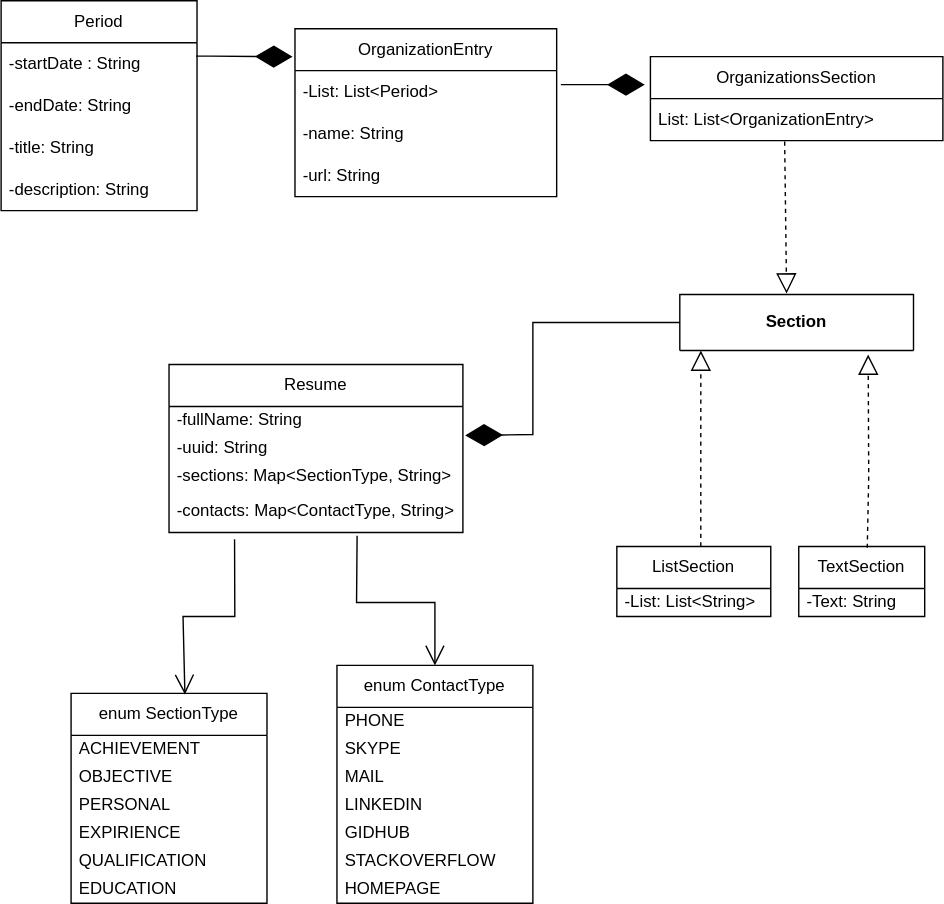
Above: src/com/urise/webapp/model/ResumeGraph.svg in Alexeev1986/basejava (draw.io), before the change. Source tidied: cells renumbered, new cells last; positions are measured from the earlier drawing's top-left corner, leaving out a move shared by most shapes.
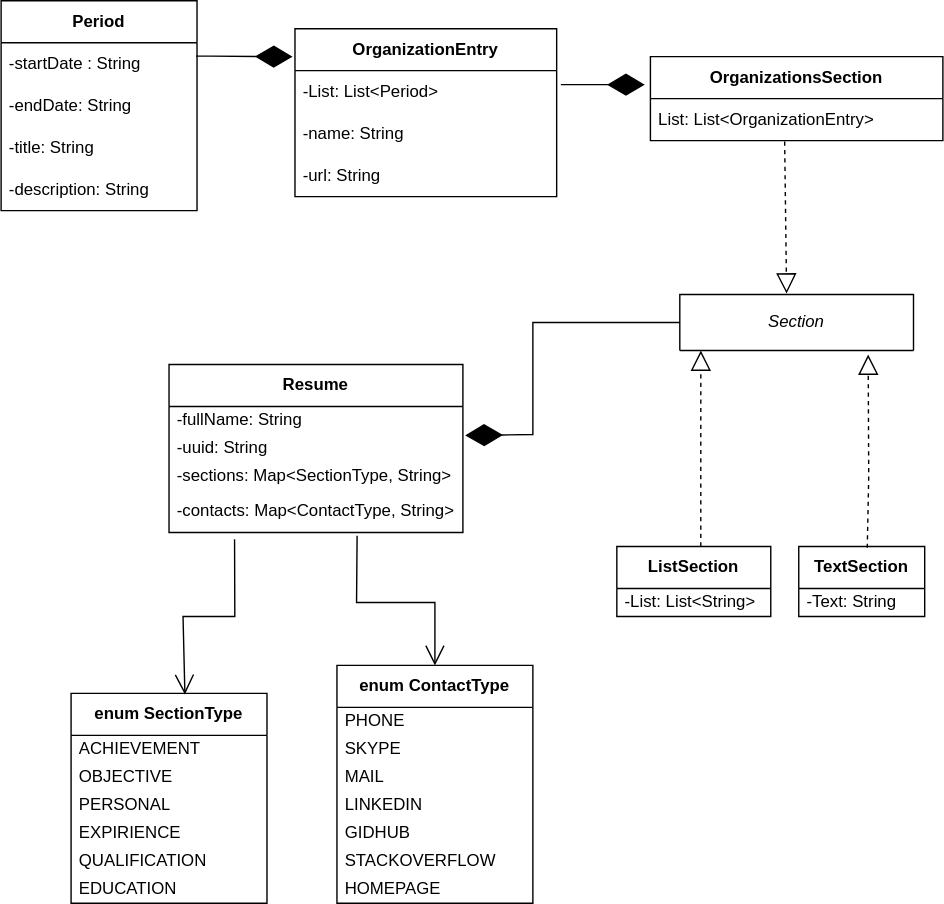
Later version of the same file.

Change to the diagram source:
```diff
@@ -2,7 +2,7 @@
   <root>
     <mxCell id="0" />
     <mxCell id="1" parent="0" />
-    <mxCell id="2" value="Resume" style="swimlane;fontStyle=0;horizontal=1;startSize=30;whiteSpace=wrap;html=1;" parent="1" vertex="1">
+    <mxCell id="2" value="&lt;b&gt;Resume&lt;/b&gt;" style="swimlane;fontStyle=0;horizontal=1;startSize=30;whiteSpace=wrap;html=1;" parent="1" vertex="1">
       <mxGeometry x="120" y="260" width="210" height="120" as="geometry" />
     </mxCell>
     <mxCell id="3" value="-fullName: String" style="text;strokeColor=none;fillColor=none;align=left;verticalAlign=middle;spacingLeft=4;spacingRight=4;overflow=hidden;whiteSpace=wrap;html=1;" parent="2" vertex="1">
@@ -17,7 +17,7 @@
     <mxCell id="6" value="-contacts: Map&amp;lt;ContactType, String&amp;gt;" style="text;strokeColor=none;fillColor=none;align=left;verticalAlign=middle;spacingLeft=4;spacingRight=4;overflow=hidden;points=[[0,0.5],[1,0.5]];portConstraint=eastwest;whiteSpace=wrap;html=1;" parent="2" vertex="1">
       <mxGeometry y="90" width="210" height="30" as="geometry" />
     </mxCell>
-    <mxCell id="7" value="enum SectionType" style="swimlane;fontStyle=0;horizontal=1;startSize=30;whiteSpace=wrap;html=1;" parent="1" vertex="1">
+    <mxCell id="7" value="&lt;b&gt;enum SectionType&lt;/b&gt;" style="swimlane;fontStyle=0;horizontal=1;startSize=30;whiteSpace=wrap;html=1;" parent="1" vertex="1">
       <mxGeometry x="50" y="495" width="140" height="150" as="geometry" />
     </mxCell>
     <mxCell id="8" value="ACHIEVEMENT" style="text;strokeColor=none;fillColor=none;align=left;verticalAlign=middle;spacingLeft=4;spacingRight=4;overflow=hidden;whiteSpace=wrap;html=1;" parent="7" vertex="1">
@@ -38,7 +38,7 @@
     <mxCell id="13" value="EDUCATION" style="text;strokeColor=none;fillColor=none;align=left;verticalAlign=middle;spacingLeft=4;spacingRight=4;overflow=hidden;whiteSpace=wrap;html=1;" parent="7" vertex="1">
       <mxGeometry y="130" width="140" height="20" as="geometry" />
     </mxCell>
-    <mxCell id="14" value="enum ContactType" style="swimlane;fontStyle=0;horizontal=1;startSize=30;whiteSpace=wrap;html=1;" parent="1" vertex="1">
+    <mxCell id="14" value="&lt;b&gt;enum ContactType&lt;/b&gt;" style="swimlane;fontStyle=0;horizontal=1;startSize=30;whiteSpace=wrap;html=1;" parent="1" vertex="1">
       <mxGeometry x="240" y="475" width="140" height="170" as="geometry" />
     </mxCell>
     <mxCell id="15" value="PHONE" style="text;strokeColor=none;fillColor=none;align=left;verticalAlign=middle;spacingLeft=4;spacingRight=4;overflow=hidden;whiteSpace=wrap;html=1;" parent="14" vertex="1">
@@ -78,7 +78,7 @@
         </Array>
       </mxGeometry>
     </mxCell>
-    <mxCell id="24" value="Section" style="swimlane;whiteSpace=wrap;html=1;startSize=40;rotation=0;" parent="1" vertex="1">
+    <mxCell id="24" value="&lt;i style=&quot;font-weight: normal;&quot;&gt;Section&lt;/i&gt;" style="swimlane;whiteSpace=wrap;html=1;startSize=40;rotation=0;" parent="1" vertex="1">
       <mxGeometry x="485" y="210" width="167" height="40" as="geometry" />
     </mxCell>
     <mxCell id="25" style="endArrow=diamondThin;endFill=1;endSize=24;html=1;rounded=0;exitX=0;exitY=0.5;exitDx=0;exitDy=0;entryX=1.008;entryY=0.033;entryDx=0;entryDy=0;entryPerimeter=0;" parent="1" edge="1" source="24" target="4">
@@ -89,13 +89,13 @@
         </Array>
       </mxGeometry>
     </mxCell>
-    <mxCell id="26" value="ListSection" style="swimlane;fontStyle=0;horizontal=1;startSize=30;whiteSpace=wrap;html=1;" parent="1" vertex="1">
+    <mxCell id="26" value="&lt;b&gt;ListSection&lt;/b&gt;" style="swimlane;fontStyle=0;horizontal=1;startSize=30;whiteSpace=wrap;html=1;" parent="1" vertex="1">
       <mxGeometry x="440" y="390" width="110" height="50" as="geometry" />
     </mxCell>
     <mxCell id="27" value="-List: List&amp;lt;String&amp;gt;" style="text;strokeColor=none;fillColor=none;align=left;verticalAlign=middle;spacingLeft=4;spacingRight=4;overflow=hidden;whiteSpace=wrap;html=1;" parent="26" vertex="1">
       <mxGeometry y="30" width="110" height="20" as="geometry" />
     </mxCell>
-    <mxCell id="28" value="TextSection" style="swimlane;fontStyle=0;horizontal=1;startSize=30;whiteSpace=wrap;html=1;" parent="1" vertex="1">
+    <mxCell id="28" value="&lt;b&gt;TextSection&lt;/b&gt;" style="swimlane;fontStyle=0;horizontal=1;startSize=30;whiteSpace=wrap;html=1;" parent="1" vertex="1">
       <mxGeometry x="570" y="390" width="90" height="50" as="geometry" />
     </mxCell>
     <mxCell id="29" value="-Text: String" style="text;strokeColor=none;fillColor=none;align=left;verticalAlign=middle;spacingLeft=4;spacingRight=4;overflow=hidden;whiteSpace=wrap;html=1;" parent="28" vertex="1">
@@ -116,13 +116,13 @@
         </Array>
       </mxGeometry>
     </mxCell>
-    <mxCell id="32" value="OrganizationsSection" style="swimlane;fontStyle=0;horizontal=1;startSize=30;whiteSpace=wrap;html=1;" parent="1" vertex="1">
+    <mxCell id="32" value="&lt;b&gt;OrganizationsSection&lt;/b&gt;" style="swimlane;fontStyle=0;horizontal=1;startSize=30;whiteSpace=wrap;html=1;" parent="1" vertex="1">
       <mxGeometry x="464" y="40" width="209" height="60" as="geometry" />
     </mxCell>
     <mxCell id="33" value="List: List&amp;lt;OrganizationEntry&amp;gt;" style="text;strokeColor=none;fillColor=none;align=left;verticalAlign=middle;spacingLeft=4;spacingRight=4;overflow=hidden;points=[[0,0.5],[1,0.5]];portConstraint=eastwest;whiteSpace=wrap;html=1;" parent="32" vertex="1">
       <mxGeometry y="30" width="209" height="30" as="geometry" />
     </mxCell>
-    <mxCell id="34" value="OrganizationEntry" style="swimlane;fontStyle=0;horizontal=1;startSize=30;whiteSpace=wrap;html=1;" parent="1" vertex="1">
+    <mxCell id="34" value="&lt;b&gt;OrganizationEntry&lt;/b&gt;" style="swimlane;fontStyle=0;horizontal=1;startSize=30;whiteSpace=wrap;html=1;" parent="1" vertex="1">
       <mxGeometry x="210" y="20" width="187" height="120" as="geometry" />
     </mxCell>
     <mxCell id="35" value="-List: List&amp;lt;Period&amp;gt;" style="text;strokeColor=none;fillColor=none;align=left;verticalAlign=middle;spacingLeft=4;spacingRight=4;overflow=hidden;points=[[0,0.5],[1,0.5]];portConstraint=eastwest;whiteSpace=wrap;html=1;" parent="34" vertex="1">
@@ -134,7 +134,7 @@
     <mxCell id="37" value="-url: String" style="text;strokeColor=none;fillColor=none;align=left;verticalAlign=middle;spacingLeft=4;spacingRight=4;overflow=hidden;whiteSpace=wrap;html=1;" parent="34" vertex="1">
       <mxGeometry y="90" width="187" height="30" as="geometry" />
     </mxCell>
-    <mxCell id="38" value="Period" style="swimlane;fontStyle=0;horizontal=1;startSize=30;whiteSpace=wrap;html=1;" parent="1" vertex="1">
+    <mxCell id="38" value="&lt;b&gt;Period&lt;/b&gt;" style="swimlane;fontStyle=0;horizontal=1;startSize=30;whiteSpace=wrap;html=1;" parent="1" vertex="1">
       <mxGeometry width="140" height="150" as="geometry" />
     </mxCell>
     <mxCell id="39" value="-startDate : String" style="text;strokeColor=none;fillColor=none;align=left;verticalAlign=middle;spacingLeft=4;spacingRight=4;overflow=hidden;points=[[0,0.5],[1,0.5]];portConstraint=eastwest;whiteSpace=wrap;html=1;" parent="38" vertex="1">
```
